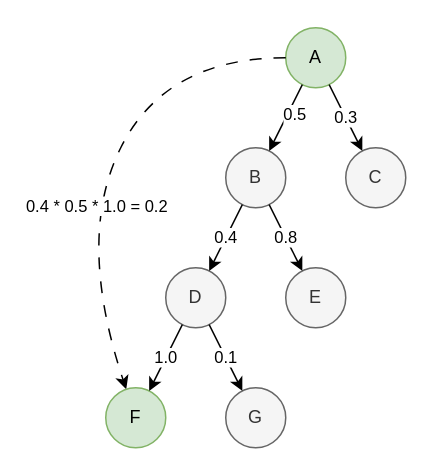
Above: Graph/IntegratedWeight/Tree.drawio in jardons/diagrams (draw.io), before the change. Source tidied: cells renumbered, new cells numbered last; positions are measured from the earlier drawing's top-left corner, leaving out a move shared by most shapes. Both pictures are drawn from the tidied source at 150%, with x=0, y=0 at pixel (75, 27).
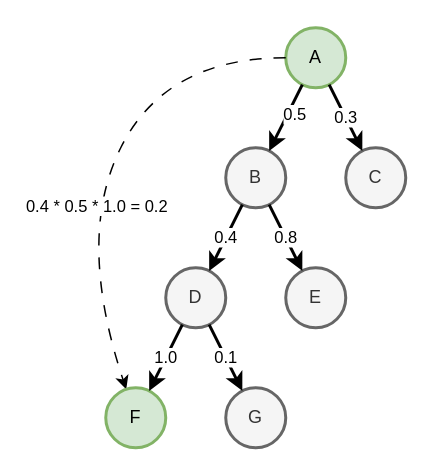
After the change.

Diff of the diagram source:
```diff
@@
 <mxGraphModel>
   <root>
     <mxCell id="0" />
     <mxCell id="1" parent="0" />
-    <mxCell id="2" value="A" style="ellipse;whiteSpace=wrap;html=1;fillColor=#d5e8d4;strokeColor=#82b366;" parent="1" vertex="1">
+    <mxCell id="2" value="A" style="ellipse;whiteSpace=wrap;html=1;fillColor=#d5e8d4;strokeColor=#82b366;strokeWidth=2;" parent="1" vertex="1">
       <mxGeometry x="140" width="40" height="40" as="geometry" />
     </mxCell>
-    <mxCell id="3" value="C" style="ellipse;whiteSpace=wrap;html=1;fillColor=#f5f5f5;fontColor=#333333;strokeColor=#666666;" parent="1" vertex="1">
+    <mxCell id="3" value="C" style="ellipse;whiteSpace=wrap;html=1;fillColor=#f5f5f5;fontColor=#333333;strokeColor=#666666;strokeWidth=2;" parent="1" vertex="1">
       <mxGeometry x="180" y="80" width="40" height="40" as="geometry" />
     </mxCell>
-    <mxCell id="4" value="B" style="ellipse;whiteSpace=wrap;html=1;fillColor=#f5f5f5;fontColor=#333333;strokeColor=#666666;" parent="1" vertex="1">
+    <mxCell id="4" value="B" style="ellipse;whiteSpace=wrap;html=1;fillColor=#f5f5f5;fontColor=#333333;strokeColor=#666666;strokeWidth=2;" parent="1" vertex="1">
       <mxGeometry x="100" y="80" width="40" height="40" as="geometry" />
     </mxCell>
-    <mxCell id="5" value="E" style="ellipse;whiteSpace=wrap;html=1;fillColor=#f5f5f5;fontColor=#333333;strokeColor=#666666;" parent="1" vertex="1">
+    <mxCell id="5" value="E" style="ellipse;whiteSpace=wrap;html=1;fillColor=#f5f5f5;fontColor=#333333;strokeColor=#666666;strokeWidth=2;" parent="1" vertex="1">
       <mxGeometry x="140" y="160" width="40" height="40" as="geometry" />
     </mxCell>
-    <mxCell id="6" value="D" style="ellipse;whiteSpace=wrap;html=1;fillColor=#f5f5f5;strokeColor=#666666;fontColor=#333333;" parent="1" vertex="1">
+    <mxCell id="6" value="D" style="ellipse;whiteSpace=wrap;html=1;fillColor=#f5f5f5;strokeColor=#666666;fontColor=#333333;strokeWidth=2;" parent="1" vertex="1">
       <mxGeometry x="60" y="160" width="40" height="40" as="geometry" />
     </mxCell>
-    <mxCell id="7" style="endArrow=classic;html=1;rounded=0;" parent="1" edge="1" source="2" target="4">
+    <mxCell id="7" style="endArrow=classic;html=1;rounded=0;strokeWidth=2;" parent="1" edge="1" source="2" target="4">
       <mxGeometry relative="1" as="geometry" />
     </mxCell>
     <mxCell id="8" value="0.5" style="edgeLabel;html=1;align=center;verticalAlign=middle;" parent="7" vertex="1">
       <mxGeometry x="-0.18" y="4" relative="1" as="geometry" />
     </mxCell>
-    <mxCell id="9" value="0.3" style="endArrow=classic;html=1;rounded=0;" parent="1" edge="1" source="2" target="3">
+    <mxCell id="9" value="0.3" style="endArrow=classic;html=1;rounded=0;strokeWidth=2;" parent="1" edge="1" source="2" target="3">
       <mxGeometry relative="1" as="geometry" />
     </mxCell>
-    <mxCell id="10" value="0.4" style="endArrow=classic;html=1;rounded=0;" parent="1" edge="1" source="4" target="6">
+    <mxCell id="10" value="0.4" style="endArrow=classic;html=1;rounded=0;strokeWidth=2;" parent="1" edge="1" source="4" target="6">
       <mxGeometry relative="1" as="geometry" />
     </mxCell>
-    <mxCell id="11" value="0.8" style="endArrow=classic;html=1;rounded=0;" parent="1" edge="1" source="4" target="5">
+    <mxCell id="11" value="0.8" style="endArrow=classic;html=1;rounded=0;strokeWidth=2;" parent="1" edge="1" source="4" target="5">
       <mxGeometry relative="1" as="geometry" />
     </mxCell>
-    <mxCell id="12" style="curved=1;endArrow=classic;html=1;rounded=0;dashed=1;dashPattern=8 8;" parent="1" edge="1" source="2" target="14">
+    <mxCell id="12" style="curved=1;endArrow=classic;html=1;rounded=0;dashed=1;dashPattern=8 8;strokeWidth=1;" parent="1" edge="1" source="2" target="14">
       <mxGeometry relative="1" as="geometry">
         <Array as="points">
           <mxPoint x="60" y="20" />
           <mxPoint y="140" />
         </Array>
       </mxGeometry>
     </mxCell>
     <mxCell id="13" value="0.4 * 0.5 * 1.0 = 0.2" style="edgeLabel;html=1;align=center;verticalAlign=middle;" parent="12" vertex="1">
       <mxGeometry x="0.18" y="3" relative="1" as="geometry" />
     </mxCell>
-    <mxCell id="14" value="F" style="ellipse;whiteSpace=wrap;html=1;fillColor=#d5e8d4;strokeColor=#82b366;" parent="1" vertex="1">
+    <mxCell id="14" value="F" style="ellipse;whiteSpace=wrap;html=1;fillColor=#d5e8d4;strokeColor=#82b366;strokeWidth=2;" parent="1" vertex="1">
       <mxGeometry x="20" y="240" width="40" height="40" as="geometry" />
     </mxCell>
-    <mxCell id="15" value="G" style="ellipse;whiteSpace=wrap;html=1;fillColor=#f5f5f5;fontColor=#333333;strokeColor=#666666;" parent="1" vertex="1">
+    <mxCell id="15" value="G" style="ellipse;whiteSpace=wrap;html=1;fillColor=#f5f5f5;fontColor=#333333;strokeColor=#666666;strokeWidth=2;" parent="1" vertex="1">
       <mxGeometry x="100" y="240" width="40" height="40" as="geometry" />
     </mxCell>
-    <mxCell id="16" value="1.0" style="endArrow=classic;html=1;rounded=0;" parent="1" edge="1" source="6" target="14">
+    <mxCell id="16" value="1.0" style="endArrow=classic;html=1;rounded=0;strokeWidth=2;" parent="1" edge="1" source="6" target="14">
       <mxGeometry relative="1" as="geometry" />
     </mxCell>
-    <mxCell id="17" value="0.1" style="endArrow=classic;html=1;rounded=0;" parent="1" edge="1" source="6" target="15">
+    <mxCell id="17" value="0.1" style="endArrow=classic;html=1;rounded=0;strokeWidth=2;" parent="1" edge="1" source="6" target="15">
       <mxGeometry relative="1" as="geometry" />
     </mxCell>
   </root>
 </mxGraphModel>
```
